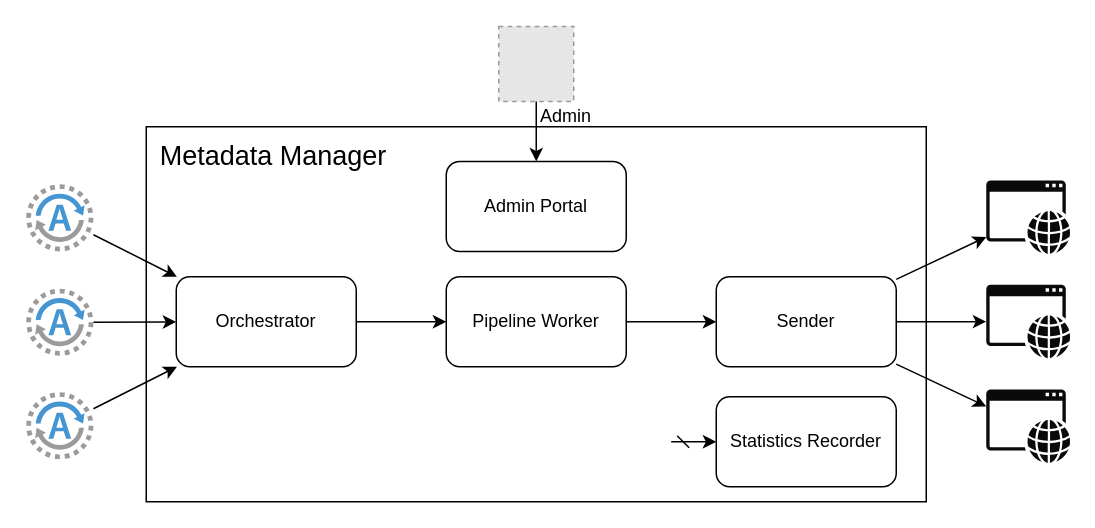
aspedrosa/masters-thesis keeps this draw.io diagram as figs/04-extraction-update/metadata-manager.drawio. Above is the earlier version. Source tidied: cells renumbered, new cells numbered last; positions are measured from the earlier drawing's top-left corner, leaving out a move shared by most shapes. Both pictures are drawn from the tidied source at 150%, with x=0, y=0 at pixel (26, 26). Pictures stored in the file or linked from it are replaced by grey dashed boxes.
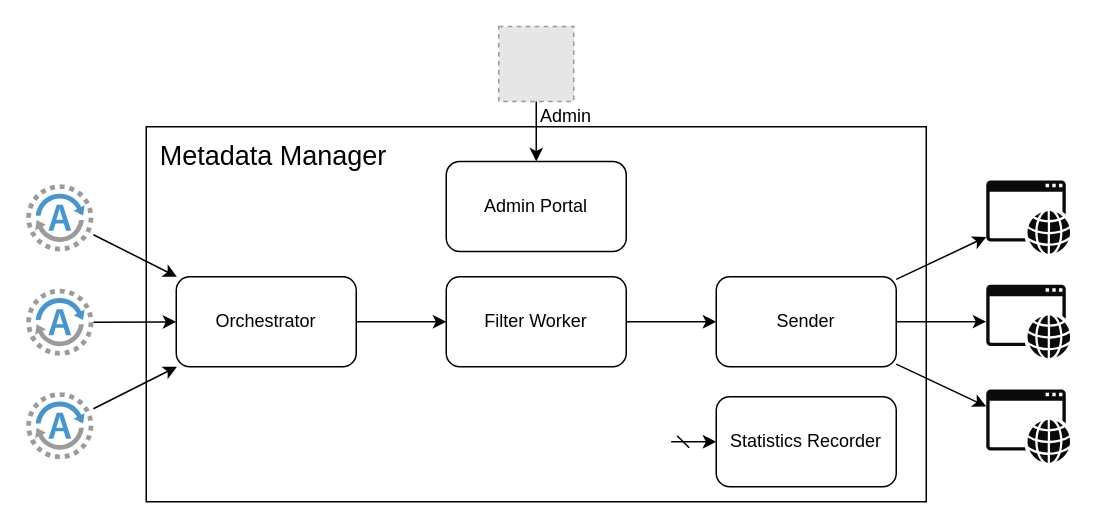
Above is the later version.

Commit message (it also covers changes not shown here):
04: filter worker

Change to the diagram source:
```diff
@@
-    <mxCell id="5" value="Pipeline Worker" style="rounded=1;whiteSpace=wrap;html=1;" parent="1" vertex="1">
+    <mxCell id="5" value="Filter Worker" style="rounded=1;whiteSpace=wrap;html=1;" parent="1" vertex="1">
       <mxGeometry x="280" y="167" width="120" height="60" as="geometry" />
     </mxCell>
```
